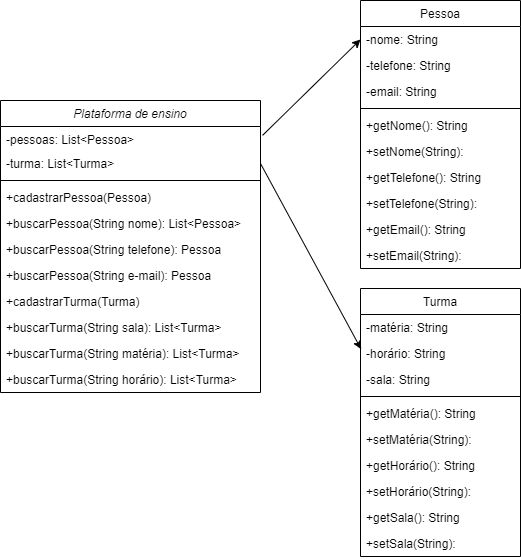
This is Engenharia 1/exercício 02.drawio.png from Gabriel-Coutinho0/BERTOTI, a draw.io export, as it was before one commit. Source tidied: cells renumbered, new cells last; positions are measured from the earlier drawing's top-left corner, leaving out a move shared by most shapes.
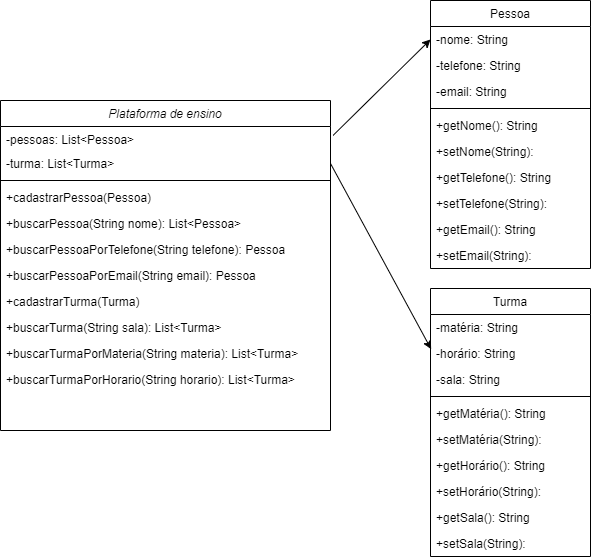
The same diagram one commit later.

The edit, as a diff of the source:
```diff
@@ -3,40 +3,40 @@
     <mxCell id="0" />
     <mxCell id="1" parent="0" />
     <mxCell id="2" value="Plataforma de ensino" style="swimlane;fontStyle=2;align=center;verticalAlign=top;horizontal=1;startSize=26;rounded=0;shadow=0;strokeWidth=1;" parent="1" vertex="1">
-      <mxGeometry y="100" width="260" height="292" as="geometry" />
+      <mxGeometry x="-70" y="100" width="330" height="330" as="geometry" />
     </mxCell>
     <mxCell id="3" value="-pessoas: List&lt;Pessoa&gt;    " style="text;align=left;verticalAlign=top;spacingLeft=4;spacingRight=4;overflow=hidden;points=[[0,0.5],[1,0.5]];portConstraint=eastwest;" parent="2" vertex="1">
-      <mxGeometry y="26" width="260" height="24" as="geometry" />
+      <mxGeometry y="26" width="330" height="24" as="geometry" />
     </mxCell>
     <mxCell id="4" value="-turma: List&lt;Turma&gt;" style="text;align=left;verticalAlign=top;spacingLeft=4;spacingRight=4;overflow=hidden;points=[[0,0.5],[1,0.5]];portConstraint=eastwest;rounded=0;shadow=0;html=0;" parent="2" vertex="1">
-      <mxGeometry y="50" width="260" height="26" as="geometry" />
+      <mxGeometry y="50" width="330" height="26" as="geometry" />
     </mxCell>
     <mxCell id="5" style="line;html=1;strokeWidth=1;align=left;verticalAlign=middle;spacingTop=-1;spacingLeft=3;spacingRight=3;labelPosition=right;" parent="2" vertex="1">
-      <mxGeometry y="76" width="260" height="8" as="geometry" />
+      <mxGeometry y="76" width="330" height="8" as="geometry" />
     </mxCell>
     <mxCell id="6" value="+cadastrarPessoa(Pessoa)" style="text;align=left;verticalAlign=top;spacingLeft=4;spacingRight=4;overflow=hidden;" parent="2" vertex="1">
-      <mxGeometry y="84" width="260" height="26" as="geometry" />
+      <mxGeometry y="84" width="330" height="26" as="geometry" />
     </mxCell>
     <mxCell id="7" value="+buscarPessoa(String nome): List&lt;Pessoa&gt;" style="text;align=left;verticalAlign=top;spacingLeft=4;spacingRight=4;overflow=hidden;" parent="2" vertex="1">
-      <mxGeometry y="110" width="260" height="26" as="geometry" />
+      <mxGeometry y="110" width="330" height="26" as="geometry" />
     </mxCell>
-    <mxCell id="8" value="+buscarPessoa(String telefone): Pessoa" style="text;align=left;verticalAlign=top;spacingLeft=4;spacingRight=4;overflow=hidden;" parent="2" vertex="1">
-      <mxGeometry y="136" width="260" height="26" as="geometry" />
+    <mxCell id="8" value="+buscarPessoaPorTelefone(String telefone): Pessoa" style="text;align=left;verticalAlign=top;spacingLeft=4;spacingRight=4;overflow=hidden;" parent="2" vertex="1">
+      <mxGeometry y="136" width="330" height="26" as="geometry" />
     </mxCell>
-    <mxCell id="9" value="+buscarPessoa(String e-mail): Pessoa" style="text;align=left;verticalAlign=top;spacingLeft=4;spacingRight=4;overflow=hidden;" parent="2" vertex="1">
-      <mxGeometry y="162" width="260" height="26" as="geometry" />
+    <mxCell id="9" value="+buscarPessoaPorEmail(String email): Pessoa" style="text;align=left;verticalAlign=top;spacingLeft=4;spacingRight=4;overflow=hidden;" parent="2" vertex="1">
+      <mxGeometry y="162" width="330" height="26" as="geometry" />
     </mxCell>
     <mxCell id="10" value="+cadastrarTurma(Turma)" style="text;align=left;verticalAlign=top;spacingLeft=4;spacingRight=4;overflow=hidden;" parent="2" vertex="1">
-      <mxGeometry y="188" width="260" height="26" as="geometry" />
+      <mxGeometry y="188" width="330" height="26" as="geometry" />
     </mxCell>
     <mxCell id="11" value="+buscarTurma(String sala): List&lt;Turma&gt;" style="text;align=left;verticalAlign=top;spacingLeft=4;spacingRight=4;overflow=hidden;" parent="2" vertex="1">
-      <mxGeometry y="214" width="260" height="26" as="geometry" />
+      <mxGeometry y="214" width="330" height="26" as="geometry" />
     </mxCell>
-    <mxCell id="12" value="+buscarTurma(String matéria): List&lt;Turma&gt;" style="text;align=left;verticalAlign=top;spacingLeft=4;spacingRight=4;overflow=hidden;" parent="2" vertex="1">
-      <mxGeometry y="240" width="260" height="26" as="geometry" />
+    <mxCell id="12" value="+buscarTurmaPorMateria(String materia): List&lt;Turma&gt;" style="text;align=left;verticalAlign=top;spacingLeft=4;spacingRight=4;overflow=hidden;" parent="2" vertex="1">
+      <mxGeometry y="240" width="330" height="26" as="geometry" />
     </mxCell>
-    <mxCell id="13" value="+buscarTurma(String horário): List&lt;Turma&gt;" style="text;align=left;verticalAlign=top;spacingLeft=4;spacingRight=4;overflow=hidden;" parent="2" vertex="1">
-      <mxGeometry y="266" width="260" height="26" as="geometry" />
+    <mxCell id="13" value="+buscarTurmaPorHorario(String horario): List&lt;Turma&gt;" style="text;align=left;verticalAlign=top;spacingLeft=4;spacingRight=4;overflow=hidden;" parent="2" vertex="1">
+      <mxGeometry y="266" width="330" height="26" as="geometry" />
     </mxCell>
     <mxCell id="14" value="Pessoa" style="swimlane;fontStyle=0;align=center;verticalAlign=top;horizontal=1;startSize=26;rounded=0;shadow=0;strokeWidth=1;" parent="1" vertex="1">
       <mxGeometry x="360" width="160" height="268" as="geometry" />
```
